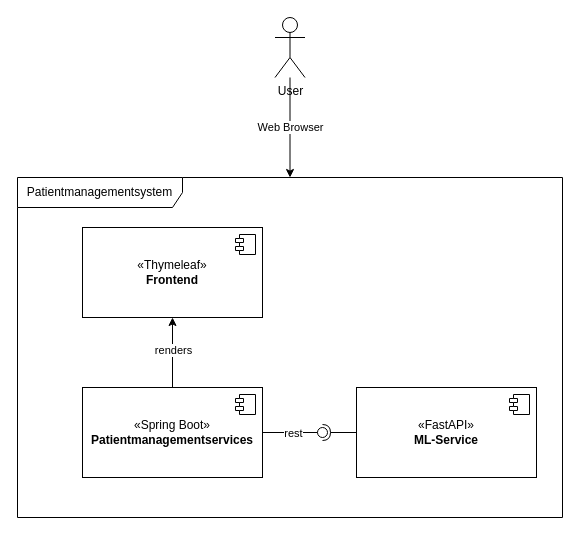
This is notes_and_diagrams/system-architecture.drawio from AnnaLiviaMartin/project-medical-device, a draw.io file, before an edit. Source tidied: cells renumbered, new cells numbered last; positions are measured from the earlier drawing's top-left corner, leaving out a move shared by most shapes. Both pictures are drawn from the tidied source at 100%, with x=0, y=0 at pixel (17, 17).
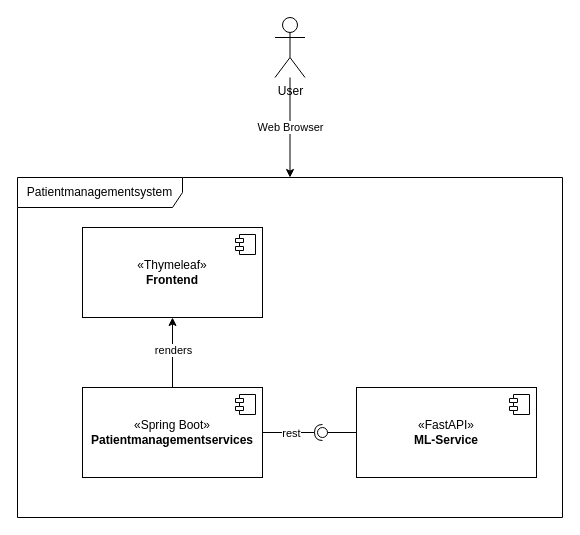
Above is the later version.

Commit message:
fix: fix incorrect system architecture diagram

Change to the diagram source:
```diff
@@
 <mxGraphModel>
   <root>
     <mxCell id="0" />
     <mxCell id="1" parent="0" />
     <mxCell id="2" value="Patientmanagementsystem" style="shape=umlFrame;whiteSpace=wrap;html=1;width=165;height=30;" parent="1" vertex="1">
       <mxGeometry y="160" width="545" height="340" as="geometry" />
     </mxCell>
     <mxCell id="3" style="edgeStyle=orthogonalEdgeStyle;rounded=0;jettySize=auto;html=1;entryX=0.5;entryY=1;entryDx=0;entryDy=0;" parent="1" edge="1" source="5" target="13">
       <mxGeometry relative="1" as="geometry" />
     </mxCell>
     <mxCell id="4" value="renders" style="edgeLabel;html=1;align=center;verticalAlign=middle;" parent="3" vertex="1">
       <mxGeometry x="0.08" relative="1" as="geometry" />
     </mxCell>
     <mxCell id="5" value="«Spring Boot»&lt;br&gt;&lt;b&gt;Patientmanagementservices&lt;/b&gt;" style="html=1;whiteSpace=wrap;" parent="1" vertex="1">
       <mxGeometry x="65" y="370" width="180" height="90" as="geometry" />
     </mxCell>
     <mxCell id="6" style="shape=module;jettyWidth=8;jettyHeight=4;" parent="5" vertex="1">
       <mxGeometry x="1" width="20" height="20" relative="1" as="geometry">
         <mxPoint x="-27" y="7" as="offset" />
       </mxGeometry>
     </mxCell>
     <mxCell id="7" value="«FastAPI»&lt;br&gt;&lt;b&gt;ML-Service&lt;/b&gt;" style="html=1;whiteSpace=wrap;" parent="1" vertex="1">
       <mxGeometry x="339" y="370" width="180" height="90" as="geometry" />
     </mxCell>
     <mxCell id="8" style="shape=module;jettyWidth=8;jettyHeight=4;" parent="7" vertex="1">
       <mxGeometry x="1" width="20" height="20" relative="1" as="geometry">
         <mxPoint x="-27" y="7" as="offset" />
       </mxGeometry>
     </mxCell>
-    <mxCell id="9" style="rounded=0;jettySize=auto;html=1;endArrow=halfCircle;endFill=0;endSize=6;strokeWidth=1;sketch=0;exitX=0;exitY=0.5;exitDx=0;exitDy=0;" parent="1" edge="1" source="7" target="12">
+    <mxCell id="9" style="rounded=0;jettySize=auto;html=1;endArrow=halfCircle;endFill=0;endSize=6;strokeWidth=1;sketch=0;exitX=1;exitY=0.5;exitDx=0;exitDy=0;" parent="1" edge="1" source="5" target="12">
       <mxGeometry relative="1" as="geometry" />
     </mxCell>
-    <mxCell id="10" style="rounded=0;jettySize=auto;html=1;endArrow=oval;endFill=0;sketch=0;sourcePerimeterSpacing=0;targetPerimeterSpacing=0;endSize=10;exitX=1;exitY=0.5;exitDx=0;exitDy=0;" parent="1" edge="1" source="5" target="12">
+    <mxCell id="10" style="rounded=0;jettySize=auto;html=1;endArrow=oval;endFill=0;sketch=0;sourcePerimeterSpacing=0;targetPerimeterSpacing=0;endSize=10;exitX=0;exitY=0.5;exitDx=0;exitDy=0;" parent="1" edge="1" source="7" target="12">
       <mxGeometry relative="1" as="geometry" />
     </mxCell>
     <mxCell id="11" value="rest" style="edgeLabel;html=1;align=center;verticalAlign=middle;" parent="10" vertex="1">
       <mxGeometry x="0.2" y="2" relative="1" as="geometry">
-        <mxPoint x="-6" y="2" as="offset" />
+        <mxPoint x="-46" y="-2" as="offset" />
       </mxGeometry>
     </mxCell>
     <mxCell id="12" style="ellipse;whiteSpace=wrap;html=1;align=center;fillColor=none;strokeColor=none;perimeter=centerPerimeter;points=[];outlineConnect=1;" parent="1" vertex="1">
       <mxGeometry x="300" y="410" width="10" height="10" as="geometry" />
     </mxCell>
     <mxCell id="13" value="«Thymeleaf»&lt;br&gt;&lt;b&gt;Frontend&lt;/b&gt;" style="html=1;whiteSpace=wrap;" parent="1" vertex="1">
       <mxGeometry x="65" y="210" width="180" height="90" as="geometry" />
     </mxCell>
     <mxCell id="14" style="shape=module;jettyWidth=8;jettyHeight=4;" parent="13" vertex="1">
       <mxGeometry x="1" width="20" height="20" relative="1" as="geometry">
         <mxPoint x="-27" y="7" as="offset" />
       </mxGeometry>
     </mxCell>
     <mxCell id="15" value="Web Browser" style="edgeStyle=orthogonalEdgeStyle;rounded=0;jettySize=auto;html=1;" parent="1" edge="1" source="16" target="2">
       <mxGeometry relative="1" as="geometry" />
     </mxCell>
     <mxCell id="16" value="User" style="shape=umlActor;verticalLabelPosition=bottom;verticalAlign=top;html=1;" parent="1" vertex="1">
       <mxGeometry x="257.5" width="30" height="60" as="geometry" />
     </mxCell>
   </root>
 </mxGraphModel>
```
